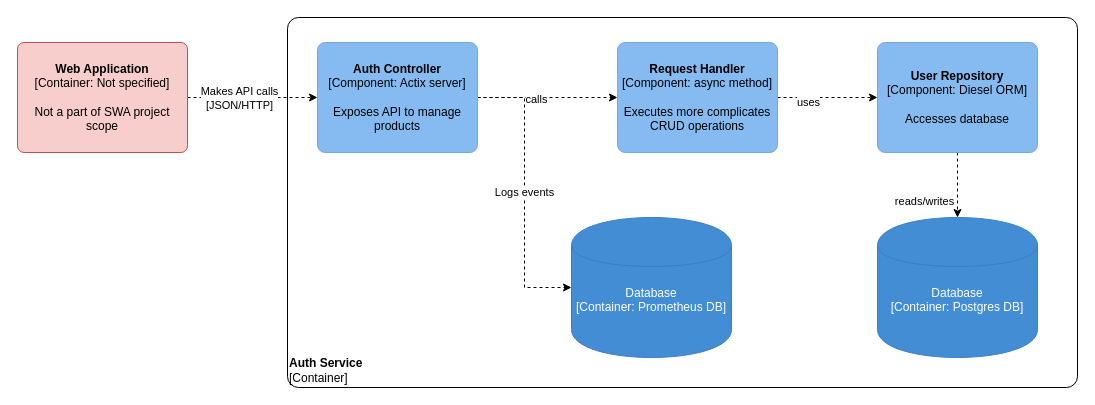
Before: architecture/Auth-Component-Diagram.drawio in Pryx/swa-semestral-project, a draw.io diagram. Source tidied: cells renumbered, new cells numbered last; positions are measured from the earlier drawing's top-left corner, leaving out a move shared by most shapes. Both pictures are drawn from the tidied source at 100%, with x=0, y=0 at pixel (17, 17).
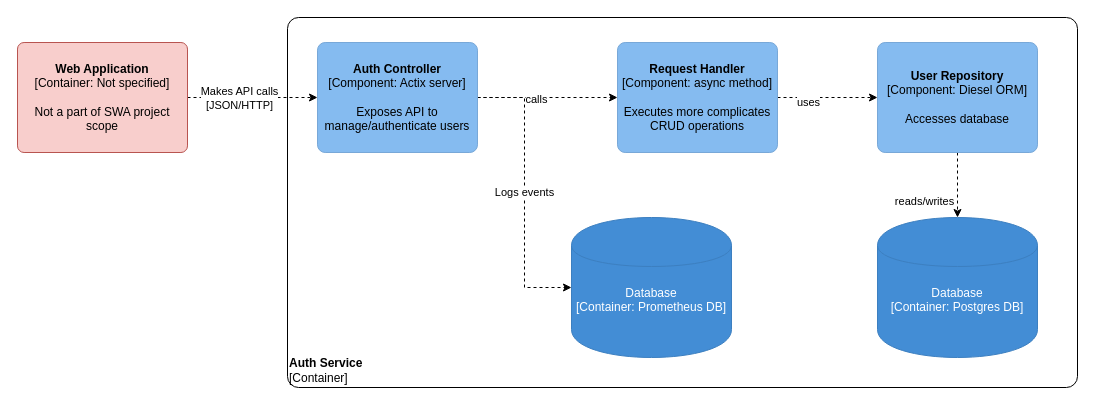
After the change.

Change to the diagram source:
```diff
@@
 <mxGraphModel>
   <root>
     <mxCell id="0" />
     <mxCell id="1" parent="0" />
     <mxCell id="2" value="&lt;div style=&quot;text-align: left&quot;&gt;&lt;b&gt;Auth Service&lt;/b&gt;&lt;/div&gt;&lt;div style=&quot;text-align: left&quot;&gt;[Container]&lt;/div&gt;" style="rounded=1;whiteSpace=wrap;html=1;labelBackgroundColor=none;fillColor=#ffffff;fontColor=#000000;align=left;arcSize=3;strokeColor=#000000;verticalAlign=bottom;" parent="1" vertex="1">
       <mxGeometry x="270" width="790" height="370" as="geometry" />
     </mxCell>
     <mxCell id="3" style="rounded=0;jettySize=auto;html=1;entryX=0;entryY=0.5;entryDx=0;entryDy=0;dashed=1;" parent="1" edge="1" source="5" target="9">
       <mxGeometry relative="1" as="geometry" />
     </mxCell>
     <mxCell id="4" value="Makes API calls&lt;br&gt;[JSON/HTTP]" style="edgeLabel;html=1;align=center;verticalAlign=middle;" parent="3" vertex="1">
       <mxGeometry x="-0.21" relative="1" as="geometry" />
     </mxCell>
     <mxCell id="5" value="&lt;span&gt;&lt;b&gt;Web Application&lt;/b&gt;&lt;/span&gt;&lt;div&gt;[Container:&amp;nbsp;&lt;span&gt;Not specified&lt;/span&gt;&lt;span&gt;]&lt;/span&gt;&lt;/div&gt;&lt;div&gt;&lt;br&gt;&lt;/div&gt;&lt;div&gt;Not a part of SWA project scope&lt;/div&gt;" style="rounded=1;whiteSpace=wrap;html=1;labelBackgroundColor=none;fillColor=#f8cecc;align=center;arcSize=6;strokeColor=#b85450;" parent="1" vertex="1">
       <mxGeometry y="25" width="170" height="110" as="geometry" />
     </mxCell>
     <mxCell id="6" style="edgeStyle=none;rounded=0;jettySize=auto;html=1;entryX=0;entryY=0.5;entryDx=0;entryDy=0;dashed=1;" parent="1" edge="1" source="9" target="15">
       <mxGeometry relative="1" as="geometry" />
     </mxCell>
     <mxCell id="7" value="calls" style="edgeLabel;html=1;align=center;verticalAlign=middle;" parent="6" vertex="1">
       <mxGeometry x="-0.17" y="-1" relative="1" as="geometry" />
     </mxCell>
     <mxCell id="8" value="Logs events" style="edgeStyle=orthogonalEdgeStyle;rounded=0;jettySize=auto;html=1;entryX=0;entryY=0.5;entryDx=0;entryDy=0;dashed=1;" parent="1" edge="1" source="9" target="17">
       <mxGeometry relative="1" as="geometry" />
     </mxCell>
-    <mxCell id="9" value="&lt;span&gt;&lt;b&gt;Auth Controller&lt;/b&gt;&lt;/span&gt;&lt;div&gt;[Component: Actix server&lt;span&gt;]&lt;/span&gt;&lt;/div&gt;&lt;div&gt;&lt;br&gt;&lt;/div&gt;&lt;div&gt;Exposes API to manage products&lt;/div&gt;" style="rounded=1;whiteSpace=wrap;html=1;labelBackgroundColor=none;fillColor=#85bbf0;fontColor=#000000;align=center;arcSize=7;strokeColor=#78a8d8;" parent="1" vertex="1">
+    <mxCell id="9" value="&lt;span&gt;&lt;b&gt;Auth Controller&lt;/b&gt;&lt;/span&gt;&lt;div&gt;[Component: Actix server&lt;span&gt;]&lt;/span&gt;&lt;/div&gt;&lt;div&gt;&lt;br&gt;&lt;/div&gt;&lt;div&gt;Exposes API to manage/authenticate users&lt;/div&gt;" style="rounded=1;whiteSpace=wrap;html=1;labelBackgroundColor=none;fillColor=#85bbf0;fontColor=#000000;align=center;arcSize=7;strokeColor=#78a8d8;" parent="1" vertex="1">
       <mxGeometry x="300" y="25" width="160" height="110" as="geometry" />
     </mxCell>
     <mxCell id="10" style="edgeStyle=none;rounded=0;jettySize=auto;html=1;entryX=0.5;entryY=0;entryDx=0;entryDy=0;dashed=1;" parent="1" edge="1" source="12" target="16">
       <mxGeometry relative="1" as="geometry" />
     </mxCell>
     <mxCell id="11" value="&lt;div&gt;reads/writes&lt;/div&gt;" style="edgeLabel;html=1;align=center;verticalAlign=middle;" parent="10" vertex="1">
       <mxGeometry x="0.53" y="-2" relative="1" as="geometry">
         <mxPoint x="-31.7" y="-2" as="offset" />
       </mxGeometry>
     </mxCell>
     <mxCell id="12" value="&lt;span&gt;&lt;b&gt;User Repository&lt;/b&gt;&lt;/span&gt;&lt;div&gt;[Component: Diesel&lt;span&gt; ORM]&lt;/span&gt;&lt;/div&gt;&lt;div&gt;&lt;br&gt;&lt;/div&gt;&lt;div&gt;Accesses database&lt;/div&gt;" style="rounded=1;whiteSpace=wrap;html=1;labelBackgroundColor=none;fillColor=#85bbf0;fontColor=#000000;align=center;arcSize=7;strokeColor=#78a8d8;" parent="1" vertex="1">
       <mxGeometry x="860" y="25" width="160" height="110" as="geometry" />
     </mxCell>
     <mxCell id="13" style="edgeStyle=none;rounded=0;jettySize=auto;html=1;dashed=1;" parent="1" edge="1" source="15" target="12">
       <mxGeometry relative="1" as="geometry" />
     </mxCell>
     <mxCell id="14" value="uses" style="edgeLabel;html=1;align=center;verticalAlign=middle;" parent="13" vertex="1">
       <mxGeometry x="-0.4" y="-4" relative="1" as="geometry" />
     </mxCell>
     <mxCell id="15" value="&lt;span&gt;&lt;b&gt;Request Handler&lt;/b&gt;&lt;/span&gt;&lt;div&gt;[Component: async method&lt;span&gt;]&lt;/span&gt;&lt;/div&gt;&lt;div&gt;&lt;br&gt;&lt;/div&gt;&lt;div&gt;Executes more complicates CRUD operations&lt;/div&gt;" style="rounded=1;whiteSpace=wrap;html=1;labelBackgroundColor=none;fillColor=#85bbf0;fontColor=#000000;align=center;arcSize=7;strokeColor=#78a8d8;" parent="1" vertex="1">
       <mxGeometry x="600" y="25" width="160" height="110" as="geometry" />
     </mxCell>
     <mxCell id="16" value="&lt;span&gt;Database&lt;/span&gt;&lt;div&gt;[Container: Postgres DB]&lt;/div&gt;&lt;div&gt;&lt;br&gt;&lt;/div&gt;&lt;div&gt;&lt;/div&gt;" style="shape=cylinder;whiteSpace=wrap;html=1;boundedLbl=1;rounded=0;labelBackgroundColor=none;fillColor=#438dd5;fontSize=12;fontColor=#ffffff;align=center;strokeColor=#3c7fc0;" parent="1" vertex="1">
       <mxGeometry x="860" y="200" width="160" height="140" as="geometry" />
     </mxCell>
     <mxCell id="17" value="&lt;span&gt;Database&lt;/span&gt;&lt;div&gt;[Container: Prometheus DB]&lt;/div&gt;&lt;div&gt;&lt;br&gt;&lt;/div&gt;&lt;div&gt;&lt;/div&gt;" style="shape=cylinder;whiteSpace=wrap;html=1;boundedLbl=1;rounded=0;labelBackgroundColor=none;fillColor=#438dd5;fontSize=12;fontColor=#ffffff;align=center;strokeColor=#3c7fc0;" parent="1" vertex="1">
       <mxGeometry x="554" y="200" width="160" height="140" as="geometry" />
     </mxCell>
   </root>
 </mxGraphModel>
```
